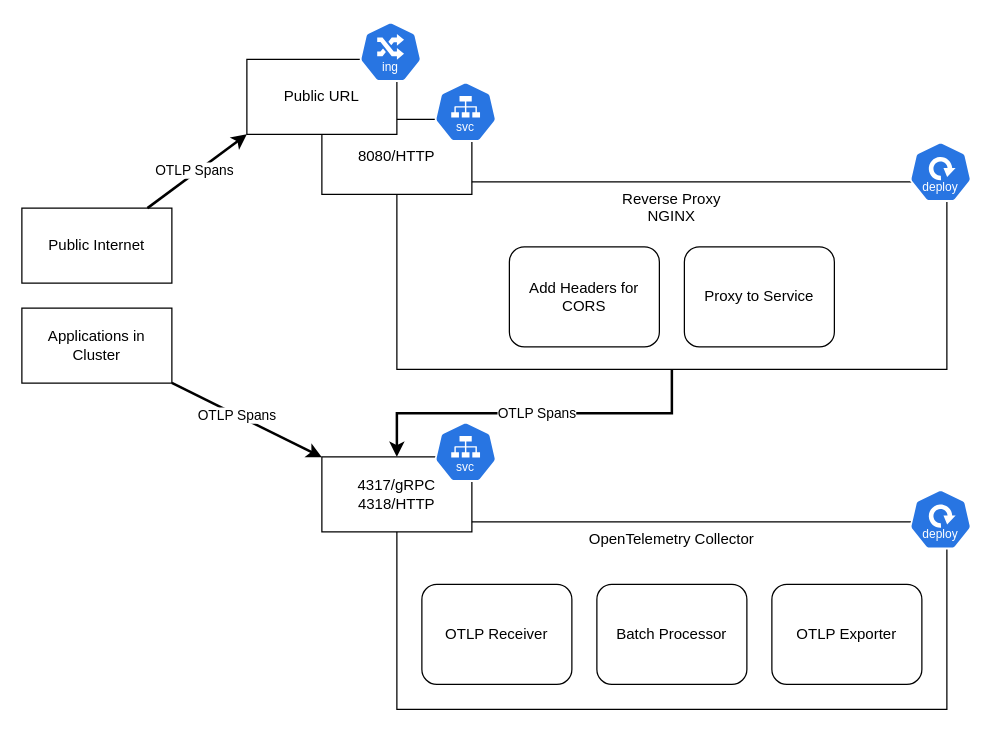
Above: page "Collector" (6 of 7) of assets/Bachelorarbeit.drawio in andreasgerner/distributed-tracing (draw.io), before the change. Source tidied: cells renumbered, new cells numbered last; positions are measured from the earlier drawing's top-left corner, leaving out a move shared by most shapes. Both pictures are drawn from the tidied source at 125%, with x=0, y=0 at pixel (21, 21).
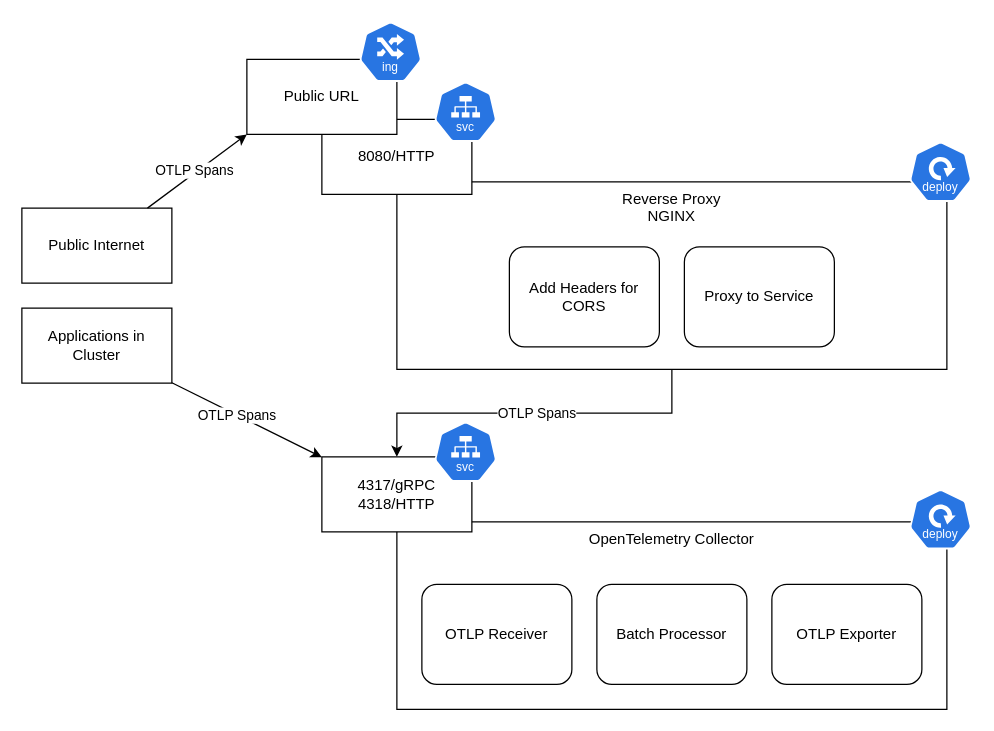
After the change.

Commit message:
🔧 add jaeger diagram

Unchanged cells that the change refers to:
```xml
<mxCell id="7" value="4317/gRPC&lt;div&gt;4318/HTTP&lt;/div&gt;" style="rounded=0;whiteSpace=wrap;html=1;" parent="1" vertex="1">
  <mxGeometry x="240" y="348" width="120" height="60" as="geometry" />
</mxCell>
<mxCell id="11" value="Reverse Proxy&lt;div&gt;NGINX&lt;/div&gt;" style="rounded=0;whiteSpace=wrap;html=1;verticalAlign=top;" parent="1" vertex="1">
  <mxGeometry x="300" y="128" width="440" height="150" as="geometry" />
</mxCell>
<mxCell id="13" value="Public URL" style="rounded=0;whiteSpace=wrap;html=1;" parent="1" vertex="1">
  <mxGeometry x="180" y="30" width="120" height="60" as="geometry" />
</mxCell>
<mxCell id="20" value="Public Internet" style="rounded=0;whiteSpace=wrap;html=1;" parent="19" vertex="1">
  <mxGeometry width="120" height="60" as="geometry" />
</mxCell>
<mxCell id="21" value="Applications in Cluster" style="rounded=0;whiteSpace=wrap;html=1;" parent="19" vertex="1">
  <mxGeometry y="80" width="120" height="60" as="geometry" />
</mxCell>
```

The edit, as a diff of the source:
```diff
@@
-    <mxCell id="9" style="edgeStyle=orthogonalEdgeStyle;rounded=0;jettySize=auto;html=1;strokeWidth=2;" parent="1" edge="1" source="11" target="7">
+    <mxCell id="9" style="edgeStyle=orthogonalEdgeStyle;rounded=0;jettySize=auto;html=1;strokeWidth=1;" parent="1" edge="1" source="11" target="7">
       <mxGeometry relative="1" as="geometry" />
     </mxCell>
@@
-    <mxCell id="22" style="rounded=0;jettySize=auto;html=1;strokeWidth=2;entryX=0;entryY=1;entryDx=0;entryDy=0;" parent="1" edge="1" source="20" target="13">
+    <mxCell id="22" style="rounded=0;jettySize=auto;html=1;strokeWidth=1;entryX=0;entryY=1;entryDx=0;entryDy=0;" parent="1" edge="1" source="20" target="13">
       <mxGeometry relative="1" as="geometry" />
     </mxCell>
@@
-    <mxCell id="24" style="rounded=0;jettySize=auto;html=1;strokeWidth=2;" parent="1" edge="1" source="21" target="7">
+    <mxCell id="24" style="rounded=0;jettySize=auto;html=1;strokeWidth=1;" parent="1" edge="1" source="21" target="7">
       <mxGeometry relative="1" as="geometry" />
     </mxCell>
```
